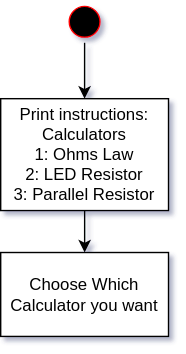
JFinnTeacher/PME-Coding-with-Syntax keeps this draw.io diagram as Code Folder/engineeringCalc.drawio.svg. Above is the earlier version. Source tidied: cells renumbered, new cells last; positions are measured from the earlier drawing's top-left corner, leaving out a move shared by most shapes.
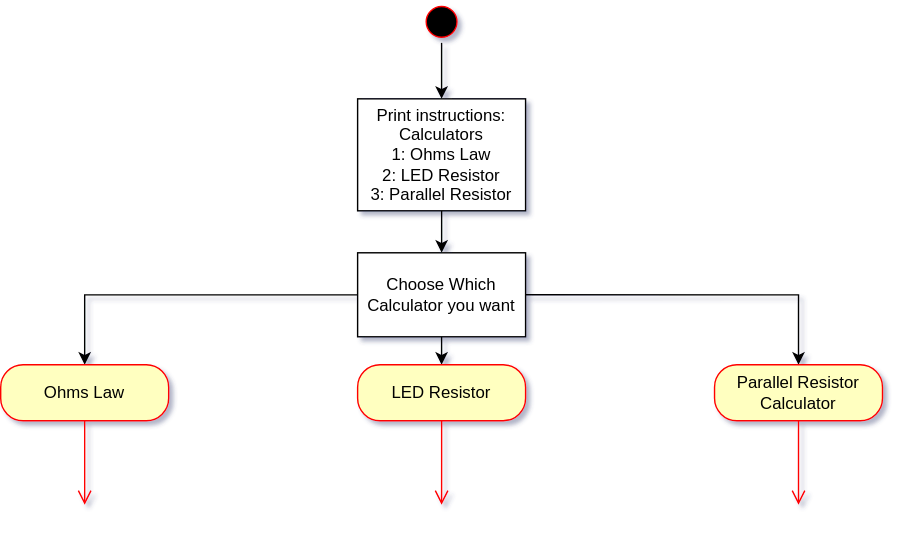
After the commit.

What changed in the source:
```diff
@@ -14,8 +14,41 @@
     <mxCell id="5" value="&lt;div&gt;Print instructions: Calculators&lt;/div&gt;&lt;div&gt;1: Ohms Law&lt;/div&gt;&lt;div&gt;2: LED Resistor&lt;/div&gt;&lt;div&gt;3: Parallel Resistor&lt;br&gt;&lt;/div&gt;" style="whiteSpace=wrap;html=1;gradientColor=none;shadow=0;glass=0;rounded=0;" parent="1" vertex="1">
       <mxGeometry y="70" width="120" height="80" as="geometry" />
     </mxCell>
+    <mxCell id="7" style="edgeStyle=orthogonalEdgeStyle;rounded=0;jettySize=auto;html=1;entryX=0.5;entryY=0;entryDx=0;entryDy=0;" parent="1" edge="1" source="6" target="10">
+      <mxGeometry relative="1" as="geometry" />
+    </mxCell>
+    <mxCell id="8" style="edgeStyle=orthogonalEdgeStyle;rounded=0;jettySize=auto;html=1;exitX=0.5;exitY=1;exitDx=0;exitDy=0;entryX=0.5;entryY=0;entryDx=0;entryDy=0;" parent="1" edge="1" source="6" target="12">
+      <mxGeometry relative="1" as="geometry" />
+    </mxCell>
+    <mxCell id="9" style="edgeStyle=orthogonalEdgeStyle;rounded=0;jettySize=auto;html=1;exitX=1;exitY=0.5;exitDx=0;exitDy=0;entryX=0.5;entryY=0;entryDx=0;entryDy=0;" parent="1" edge="1" source="6" target="14">
+      <mxGeometry relative="1" as="geometry" />
+    </mxCell>
     <mxCell id="6" value="&lt;div&gt;Choose Which &lt;br&gt;&lt;/div&gt;&lt;div&gt;Calculator you want&lt;br&gt;&lt;/div&gt;" style="whiteSpace=wrap;html=1;gradientColor=none;shadow=0;glass=0;rounded=0;" parent="1" vertex="1">
       <mxGeometry y="180" width="120" height="60" as="geometry" />
     </mxCell>
+    <mxCell id="10" value="Ohms Law" style="rounded=1;whiteSpace=wrap;html=1;arcSize=40;fontColor=#000000;fillColor=#ffffc0;strokeColor=#ff0000;" parent="1" vertex="1">
+      <mxGeometry x="-255" y="260" width="120" height="40" as="geometry" />
+    </mxCell>
+    <mxCell id="11" style="edgeStyle=orthogonalEdgeStyle;html=1;verticalAlign=bottom;endArrow=open;endSize=8;strokeColor=#ff0000;rounded=0;" parent="1" edge="1" source="10">
+      <mxGeometry relative="1" as="geometry">
+        <mxPoint x="-195" y="360" as="targetPoint" />
+      </mxGeometry>
+    </mxCell>
+    <mxCell id="12" value="LED Resistor" style="rounded=1;whiteSpace=wrap;html=1;arcSize=40;fontColor=#000000;fillColor=#ffffc0;strokeColor=#ff0000;" parent="1" vertex="1">
+      <mxGeometry y="260" width="120" height="40" as="geometry" />
+    </mxCell>
+    <mxCell id="13" style="edgeStyle=orthogonalEdgeStyle;html=1;verticalAlign=bottom;endArrow=open;endSize=8;strokeColor=#ff0000;rounded=0;" parent="1" edge="1" source="12">
+      <mxGeometry relative="1" as="geometry">
+        <mxPoint x="60" y="360" as="targetPoint" />
+      </mxGeometry>
+    </mxCell>
+    <mxCell id="14" value="Parallel Resistor Calculator" style="rounded=1;whiteSpace=wrap;html=1;arcSize=40;fontColor=#000000;fillColor=#ffffc0;strokeColor=#ff0000;" parent="1" vertex="1">
+      <mxGeometry x="255" y="260" width="120" height="40" as="geometry" />
+    </mxCell>
+    <mxCell id="15" style="edgeStyle=orthogonalEdgeStyle;html=1;verticalAlign=bottom;endArrow=open;endSize=8;strokeColor=#ff0000;rounded=0;" parent="1" edge="1" source="14">
+      <mxGeometry relative="1" as="geometry">
+        <mxPoint x="315" y="360" as="targetPoint" />
+      </mxGeometry>
+    </mxCell>
   </root>
 </mxGraphModel>
```
